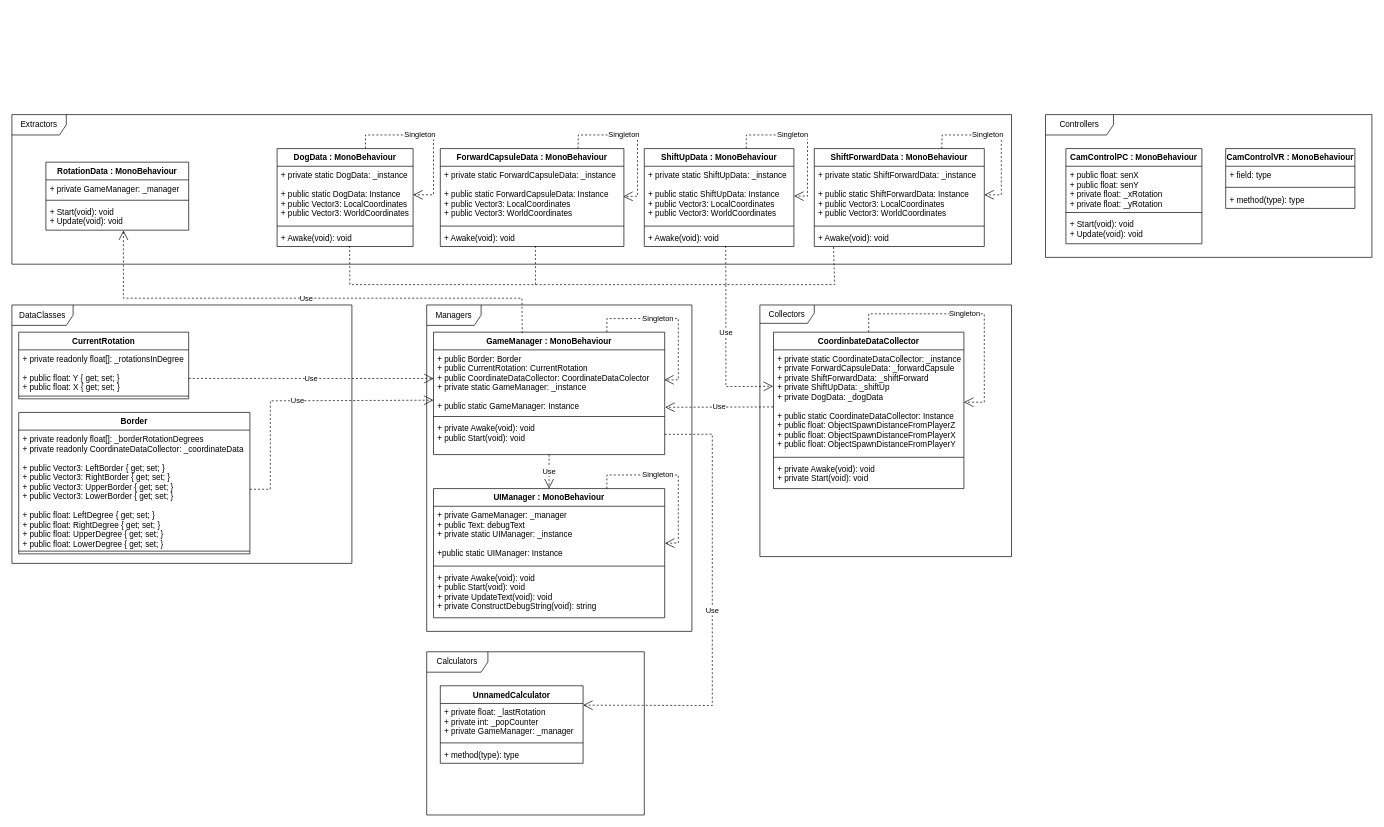
Earlier version of the draw.io diagram Documents/ClassHierarchy.drawio (KihiraLove/Szakdoga). Source tidied: cells renumbered, new cells numbered last; positions are measured from the earlier drawing's top-left corner, leaving out a move shared by most shapes. Both pictures are drawn from the tidied source at 68%, with x=0, y=0 at pixel (12, 114).
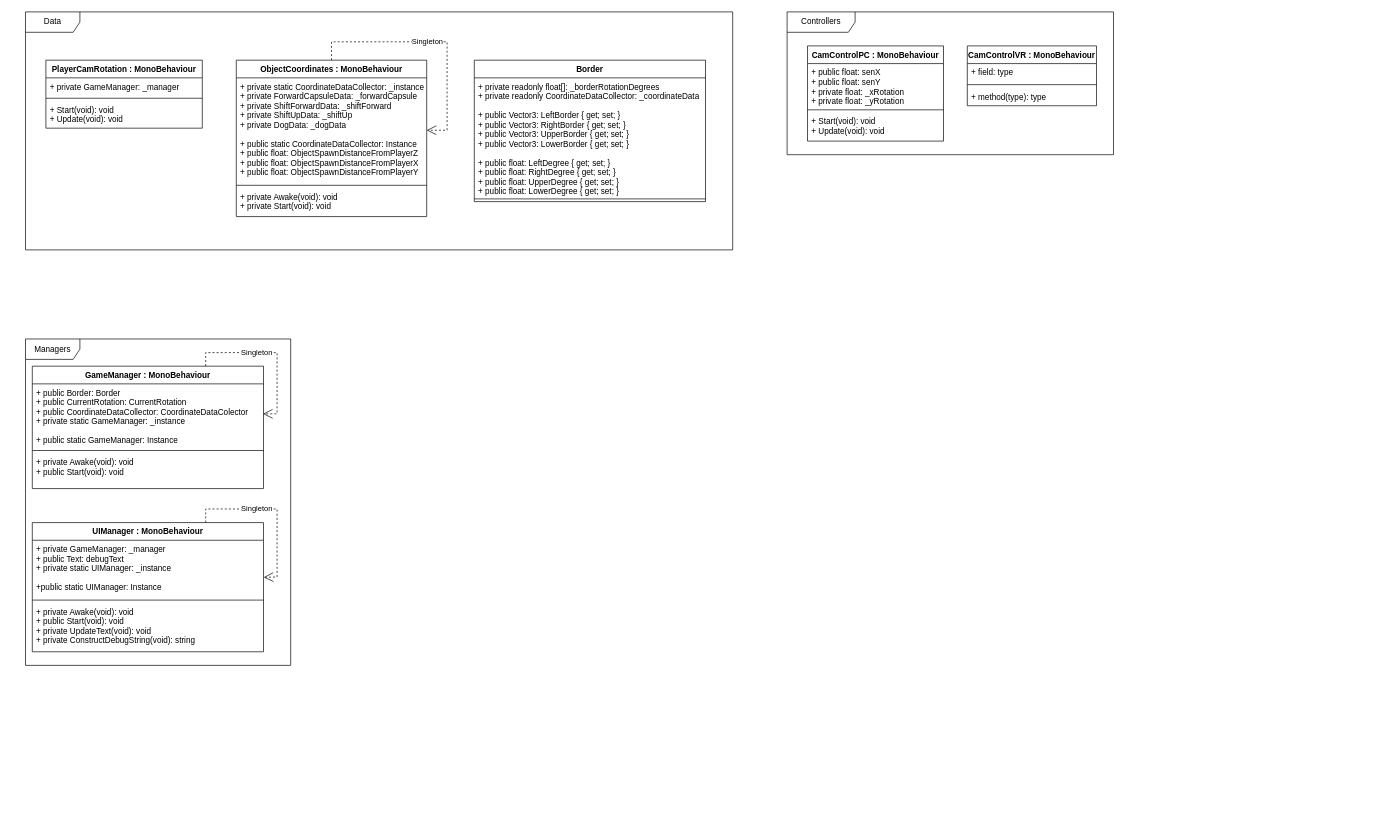
The same diagram, later.

Commit message:
Update ClassHierarchy.drawio for reworked classes

Unchanged cells that the change refers to:
```xml
<mxCell id="4" value="+ public Border: Border&#10;+ public CurrentRotation: CurrentRotation&#10;+ public CoordinateDataCollector: CoordinateDataColector&#10;+ private static GameManager: _instance&#10;&#10;+ public static GameManager: Instance" style="text;strokeColor=none;fillColor=none;align=left;verticalAlign=top;spacingLeft=4;spacingRight=4;overflow=hidden;points=[[0,0.5],[1,0.5]];portConstraint=eastwest;" parent="3" vertex="1">
  <mxGeometry y="26" width="340" height="94" as="geometry" />
</mxCell>
<mxCell id="7" value="+ private Awake(void): void&#10;+ public Start(void): void" style="text;strokeColor=none;fillColor=none;align=left;verticalAlign=top;spacingLeft=4;spacingRight=4;overflow=hidden;points=[[0,0.5],[1,0.5]];portConstraint=eastwest;" parent="3" vertex="1">
  <mxGeometry y="128" width="340" height="52" as="geometry" />
</mxCell>
<mxCell id="20" value="+ private readonly float[]: _borderRotationDegrees&#10;+ private readonly CoordinateDataCollector: _coordinateData&#10;&#10;+ public Vector3: LeftBorder { get; set; }&#10;+ public Vector3: RightBorder { get; set; }&#10;+ public Vector3: UpperBorder { get; set; }&#10;+ public Vector3: LowerBorder { get; set; }&#10;&#10;+ public float: LeftDegree { get; set; }&#10;+ public float: RightDegree { get; set; }&#10;+ public float: UpperDegree { get; set; }&#10;+ public float: LowerDegree { get; set; }" style="text;strokeColor=none;fillColor=none;align=left;verticalAlign=top;spacingLeft=4;spacingRight=4;overflow=hidden;points=[[0,0.5],[1,0.5]];portConstraint=eastwest;" parent="19" vertex="1">
  <mxGeometry y="26" width="340" height="174" as="geometry" />
</mxCell>
<mxCell id="40" value="+ private static CoordinateDataCollector: _instance&#10;+ private ForwardCapsuleData: _forwardCapsule&#10;+ private ShiftForwardData: _shiftForward&#10;+ private ShiftUpData: _shiftUp&#10;+ private DogData: _dogData&#10;&#10;+ public static CoordinateDataCollector: Instance&#10;+ public float: ObjectSpawnDistanceFromPlayerZ&#10;+ public float: ObjectSpawnDistanceFromPlayerX&#10;+ public float: ObjectSpawnDistanceFromPlayerY" style="text;strokeColor=none;fillColor=none;align=left;verticalAlign=top;spacingLeft=4;spacingRight=4;overflow=hidden;points=[[0,0.5],[1,0.5]];portConstraint=eastwest;" parent="39" vertex="1">
  <mxGeometry y="26" width="280" height="154" as="geometry" />
</mxCell>
```

The edit, as a diff of the source:
```diff
@@
+    <mxCell id="23" value="Controllers" style="shape=umlFrame;whiteSpace=wrap;html=1;width=100;height=30;" parent="1" vertex="1">
+      <mxGeometry x="1140" y="-151" width="480" height="210" as="geometry" />
+    </mxCell>
     <mxCell id="2" value="Managers" style="shape=umlFrame;whiteSpace=wrap;html=1;width=80;height=30;" parent="1" vertex="1">
-      <mxGeometry x="610" y="280" width="390" height="480" as="geometry" />
+      <mxGeometry x="20" y="330" width="390" height="480" as="geometry" />
     </mxCell>
+    <mxCell id="26" value="Data" style="shape=umlFrame;whiteSpace=wrap;html=1;width=80;height=30;" parent="1" vertex="1">
+      <mxGeometry x="20" y="-151" width="1040" height="350" as="geometry" />
+    </mxCell>
     <mxCell id="3" value="GameManager : MonoBehaviour" style="swimlane;fontStyle=1;align=center;verticalAlign=top;horizontal=1;startSize=26;" parent="1" vertex="1">
-      <mxGeometry x="620" y="320" width="340" height="180" as="geometry" />
+      <mxGeometry x="30" y="370" width="340" height="180" as="geometry" />
     </mxCell>
@@
     <mxCell id="8" value="UIManager : MonoBehaviour" style="swimlane;fontStyle=1;align=center;verticalAlign=top;horizontal=1;startSize=26;" parent="1" vertex="1">
-      <mxGeometry x="620" y="550" width="340" height="190" as="geometry" />
+      <mxGeometry x="30" y="600" width="340" height="190" as="geometry" />
     </mxCell>
@@
-    <mxCell id="13" value="Use" style="endArrow=open;endSize=12;dashed=1;html=1;rounded=0;entryX=0.5;entryY=0;entryDx=0;entryDy=0;" parent="1" edge="1" source="7" target="8">
-      <mxGeometry relative="1" as="geometry" />
-    </mxCell>
-    <mxCell id="14" value="DataClasses" style="shape=umlFrame;whiteSpace=wrap;html=1;width=90;height=30;" parent="1" vertex="1">
-      <mxGeometry y="280" width="500" height="380" as="geometry" />
-    </mxCell>
-    <mxCell id="15" value="CurrentRotation" style="swimlane;fontStyle=1;align=center;verticalAlign=top;horizontal=1;startSize=26;" parent="1" vertex="1">
-      <mxGeometry x="10" y="320" width="250" height="98" as="geometry" />
-    </mxCell>
-    <mxCell id="16" value="+ private readonly float[]: _rotationsInDegree&#10;&#10;+ public float: Y { get; set; }&#10;+ public float: X { get; set; }" style="text;strokeColor=none;fillColor=none;align=left;verticalAlign=top;spacingLeft=4;spacingRight=4;overflow=hidden;" parent="15" vertex="1">
-      <mxGeometry y="26" width="250" height="64" as="geometry" />
-    </mxCell>
-    <mxCell id="17" style="line;strokeWidth=1;fillColor=none;align=left;verticalAlign=middle;spacingTop=-1;spacingLeft=3;spacingRight=3;labelPosition=right;strokeColor=inherit;" parent="15" vertex="1">
-      <mxGeometry y="90" width="250" height="8" as="geometry" />
-    </mxCell>
-    <mxCell id="18" value="Use" style="endArrow=open;endSize=12;dashed=1;html=1;rounded=0;entryX=0.001;entryY=0.449;entryDx=0;entryDy=0;entryPerimeter=0;" parent="1" edge="1" target="4">
-      <mxGeometry relative="1" as="geometry">
-        <mxPoint x="260" y="388" as="sourcePoint" />
-        <Array as="points">
-          <mxPoint x="380" y="388" />
-        </Array>
-      </mxGeometry>
-    </mxCell>
     <mxCell id="19" value="Border" style="swimlane;fontStyle=1;align=center;verticalAlign=top;horizontal=1;startSize=26;" parent="1" vertex="1">
-      <mxGeometry x="10" y="438" width="340" height="208" as="geometry" />
+      <mxGeometry x="680" y="-80" width="340" height="208" as="geometry" />
     </mxCell>
@@
-    <mxCell id="22" value="Use" style="endArrow=open;endSize=12;dashed=1;html=1;rounded=0;exitX=1;exitY=0.5;exitDx=0;exitDy=0;" parent="1" edge="1" source="20">
-      <mxGeometry relative="1" as="geometry">
-        <mxPoint x="620" y="420" as="targetPoint" />
-        <Array as="points">
-          <mxPoint x="380" y="551" />
-          <mxPoint x="380" y="421" />
-        </Array>
-      </mxGeometry>
-    </mxCell>
-    <mxCell id="23" value="Controllers" style="shape=umlFrame;whiteSpace=wrap;html=1;width=100;height=30;" parent="1" vertex="1">
-      <mxGeometry x="1520" width="480" height="210" as="geometry" />
-    </mxCell>
-    <mxCell id="24" value="Calculators" style="shape=umlFrame;whiteSpace=wrap;html=1;width=90;height=30;" parent="1" vertex="1">
-      <mxGeometry x="610" y="790" width="320" height="240" as="geometry" />
-    </mxCell>
-    <mxCell id="25" value="Collectors" style="shape=umlFrame;whiteSpace=wrap;html=1;width=80;height=27;" parent="1" vertex="1">
-      <mxGeometry x="1100" y="280" width="370" height="370" as="geometry" />
-    </mxCell>
-    <mxCell id="26" value="Extractors" style="shape=umlFrame;whiteSpace=wrap;html=1;width=80;height=30;" parent="1" vertex="1">
-      <mxGeometry width="1470" height="220" as="geometry" />
-    </mxCell>
     <mxCell id="27" value="CamControlPC : MonoBehaviour" style="swimlane;fontStyle=1;align=center;verticalAlign=top;horizontal=1;startSize=26;" parent="1" vertex="1">
-      <mxGeometry x="1550" y="50" width="200" height="140" as="geometry" />
+      <mxGeometry x="1170" y="-101" width="200" height="140" as="geometry" />
     </mxCell>
@@
     <mxCell id="31" value="CamControlVR : MonoBehaviour" style="swimlane;fontStyle=1;align=center;verticalAlign=top;horizontal=1;startSize=26;" parent="1" vertex="1">
-      <mxGeometry x="1785" y="50" width="190" height="88" as="geometry" />
+      <mxGeometry x="1405" y="-101" width="190" height="88" as="geometry" />
     </mxCell>
@@
-    <mxCell id="35" value="UnnamedCalculator" style="swimlane;fontStyle=1;align=center;verticalAlign=top;horizontal=1;startSize=26;" parent="1" vertex="1">
-      <mxGeometry x="630" y="840" width="210" height="114" as="geometry" />
-    </mxCell>
-    <mxCell id="36" value="+ private float: _lastRotation&#10;+ private int: _popCounter&#10;+ private GameManager: _manager" style="text;strokeColor=none;fillColor=none;align=left;verticalAlign=top;spacingLeft=4;spacingRight=4;overflow=hidden;" parent="35" vertex="1">
-      <mxGeometry y="26" width="210" height="54" as="geometry" />
-    </mxCell>
-    <mxCell id="37" style="line;strokeWidth=1;fillColor=none;align=left;verticalAlign=middle;spacingTop=-1;spacingLeft=3;spacingRight=3;labelPosition=right;strokeColor=inherit;" parent="35" vertex="1">
-      <mxGeometry y="80" width="210" height="8" as="geometry" />
-    </mxCell>
-    <mxCell id="38" value="+ method(type): type" style="text;strokeColor=none;fillColor=none;align=left;verticalAlign=top;spacingLeft=4;spacingRight=4;overflow=hidden;" parent="35" vertex="1">
-      <mxGeometry y="88" width="210" height="26" as="geometry" />
-    </mxCell>
-    <mxCell id="39" value="CoordinbateDataCollector" style="swimlane;fontStyle=1;align=center;verticalAlign=top;horizontal=1;startSize=26;" parent="1" vertex="1">
-      <mxGeometry x="1120" y="320" width="280" height="230" as="geometry" />
+    <mxCell id="39" value="ObjectCoordinates : MonoBehaviour" style="swimlane;fontStyle=1;align=center;verticalAlign=top;horizontal=1;startSize=26;" parent="1" vertex="1">
+      <mxGeometry x="330" y="-80" width="280" height="230" as="geometry" />
     </mxCell>
@@
-    <mxCell id="44" value="DogData : MonoBehaviour" style="swimlane;fontStyle=1;align=center;verticalAlign=top;horizontal=1;startSize=26;" parent="1" vertex="1">
-      <mxGeometry x="390" y="50" width="200" height="144" as="geometry" />
-    </mxCell>
-    <mxCell id="45" value="Singleton" style="endArrow=open;endSize=12;dashed=1;html=1;rounded=0;entryX=1;entryY=0.5;entryDx=0;entryDy=0;" parent="44" edge="1" target="46">
-      <mxGeometry x="-0.16" relative="1" as="geometry">
-        <mxPoint x="130" as="sourcePoint" />
-        <Array as="points">
-          <mxPoint x="130" y="-20" />
-          <mxPoint x="230" y="-20" />
-          <mxPoint x="230" y="68" />
-        </Array>
-      </mxGeometry>
-    </mxCell>
-    <mxCell id="46" value="+ private static DogData: _instance&#10;&#10;+ public static DogData: Instance&#10;+ public Vector3: LocalCoordinates&#10;+ public Vector3: WorldCoordinates&#10;" style="text;strokeColor=none;fillColor=none;align=left;verticalAlign=top;spacingLeft=4;spacingRight=4;overflow=hidden;points=[[0,0.5],[1,0.5]];portConstraint=eastwest;" parent="44" vertex="1">
-      <mxGeometry y="26" width="200" height="84" as="geometry" />
-    </mxCell>
-    <mxCell id="47" style="line;strokeWidth=1;fillColor=none;align=left;verticalAlign=middle;spacingTop=-1;spacingLeft=3;spacingRight=3;labelPosition=right;strokeColor=inherit;" parent="44" vertex="1">
-      <mxGeometry y="110" width="200" height="8" as="geometry" />
-    </mxCell>
-    <mxCell id="48" value="+ Awake(void): void" style="text;strokeColor=none;fillColor=none;align=left;verticalAlign=top;spacingLeft=4;spacingRight=4;overflow=hidden;points=[[0,0.5],[1,0.5]];portConstraint=eastwest;" parent="44" vertex="1">
-      <mxGeometry y="118" width="200" height="26" as="geometry" />
-    </mxCell>
-    <mxCell id="49" value="RotationData : MonoBehaviour" style="swimlane;fontStyle=1;align=center;verticalAlign=top;horizontal=1;startSize=26;" parent="1" vertex="1">
-      <mxGeometry x="50" y="70" width="210" height="100" as="geometry" />
+    <mxCell id="49" value="PlayerCamRotation : MonoBehaviour" style="swimlane;fontStyle=1;align=center;verticalAlign=top;horizontal=1;startSize=26;" parent="1" vertex="1">
+      <mxGeometry x="50" y="-80" width="230" height="100" as="geometry" />
     </mxCell>
     <mxCell id="50" value="+ private GameManager: _manager" style="text;strokeColor=none;fillColor=none;align=left;verticalAlign=top;spacingLeft=4;spacingRight=4;overflow=hidden;" parent="49" vertex="1">
-      <mxGeometry y="26" width="210" height="26" as="geometry" />
+      <mxGeometry y="26" width="230" height="26" as="geometry" />
     </mxCell>
     <mxCell id="51" style="line;strokeWidth=1;fillColor=none;align=left;verticalAlign=middle;spacingTop=-1;spacingLeft=3;spacingRight=3;labelPosition=right;strokeColor=inherit;" parent="49" vertex="1">
-      <mxGeometry y="52" width="210" height="8" as="geometry" />
+      <mxGeometry y="52" width="230" height="8" as="geometry" />
     </mxCell>
     <mxCell id="52" value="+ Start(void): void&#10;+ Update(void): void" style="text;strokeColor=none;fillColor=none;align=left;verticalAlign=top;spacingLeft=4;spacingRight=4;overflow=hidden;points=[[0,0.5],[1,0.5]];portConstraint=eastwest;" parent="49" vertex="1">
-      <mxGeometry y="60" width="210" height="40" as="geometry" />
+      <mxGeometry y="60" width="230" height="40" as="geometry" />
     </mxCell>
-    <mxCell id="53" value="ShiftForwardData : MonoBehaviour" style="swimlane;fontStyle=1;align=center;verticalAlign=top;horizontal=1;startSize=26;" parent="1" vertex="1">
-      <mxGeometry x="1180" y="50" width="250" height="144" as="geometry" />
-    </mxCell>
-    <mxCell id="54" value="+ private static ShiftForwardData: _instance&#10;&#10;+ public static ShiftForwardData: Instance&#10;+ public Vector3: LocalCoordinates&#10;+ public Vector3: WorldCoordinates&#10;" style="text;strokeColor=none;fillColor=none;align=left;verticalAlign=top;spacingLeft=4;spacingRight=4;overflow=hidden;points=[[0,0.5],[1,0.5]];portConstraint=eastwest;" parent="53" vertex="1">
-      <mxGeometry y="26" width="250" height="84" as="geometry" />
-    </mxCell>
-    <mxCell id="55" style="line;strokeWidth=1;fillColor=none;align=left;verticalAlign=middle;spacingTop=-1;spacingLeft=3;spacingRight=3;labelPosition=right;strokeColor=inherit;" parent="53" vertex="1">
-      <mxGeometry y="110" width="250" height="8" as="geometry" />
-    </mxCell>
-    <mxCell id="56" value="+ Awake(void): void" style="text;strokeColor=none;fillColor=none;align=left;verticalAlign=top;spacingLeft=4;spacingRight=4;overflow=hidden;points=[[0,0.5],[1,0.5]];portConstraint=eastwest;" parent="53" vertex="1">
-      <mxGeometry y="118" width="250" height="26" as="geometry" />
-    </mxCell>
-    <mxCell id="57" value="Singleton" style="endArrow=open;endSize=12;dashed=1;html=1;rounded=0;exitX=0.75;exitY=0;exitDx=0;exitDy=0;entryX=1;entryY=0.5;entryDx=0;entryDy=0;" parent="53" edge="1" source="53" target="54">
-      <mxGeometry x="-0.21" relative="1" as="geometry">
-        <Array as="points">
-          <mxPoint x="188" y="-20" />
-          <mxPoint x="275" y="-20" />
-          <mxPoint x="275" y="68" />
-        </Array>
-      </mxGeometry>
-    </mxCell>
-    <mxCell id="58" value="ForwardCapsuleData : MonoBehaviour" style="swimlane;fontStyle=1;align=center;verticalAlign=top;horizontal=1;startSize=26;" parent="1" vertex="1">
-      <mxGeometry x="630" y="50" width="270" height="144" as="geometry" />
-    </mxCell>
-    <mxCell id="59" value="+ private static ForwardCapsuleData: _instance&#10;&#10;+ public static ForwardCapsuleData: Instance&#10;+ public Vector3: LocalCoordinates&#10;+ public Vector3: WorldCoordinates&#10;" style="text;strokeColor=none;fillColor=none;align=left;verticalAlign=top;spacingLeft=4;spacingRight=4;overflow=hidden;points=[[0,0.5],[1,0.5]];portConstraint=eastwest;" parent="58" vertex="1">
-      <mxGeometry y="26" width="270" height="84" as="geometry" />
-    </mxCell>
-    <mxCell id="60" style="line;strokeWidth=1;fillColor=none;align=left;verticalAlign=middle;spacingTop=-1;spacingLeft=3;spacingRight=3;labelPosition=right;strokeColor=inherit;" parent="58" vertex="1">
-      <mxGeometry y="110" width="270" height="8" as="geometry" />
-    </mxCell>
-    <mxCell id="61" value="+ Awake(void): void" style="text;strokeColor=none;fillColor=none;align=left;verticalAlign=top;spacingLeft=4;spacingRight=4;overflow=hidden;points=[[0,0.5],[1,0.5]];portConstraint=eastwest;" parent="58" vertex="1">
-      <mxGeometry y="118" width="270" height="26" as="geometry" />
-    </mxCell>
-    <mxCell id="62" value="Singleton" style="endArrow=open;endSize=12;dashed=1;html=1;rounded=0;entryX=0.996;entryY=0.531;entryDx=0;entryDy=0;exitX=0.75;exitY=0;exitDx=0;exitDy=0;entryPerimeter=0;" parent="58" edge="1" source="58" target="59">
-      <mxGeometry x="-0.2" relative="1" as="geometry">
-        <Array as="points">
-          <mxPoint x="203" y="-20" />
-          <mxPoint x="290" y="-20" />
-          <mxPoint x="290" y="70" />
-        </Array>
-      </mxGeometry>
-    </mxCell>
-    <mxCell id="63" value="ShiftUpData : MonoBehaviour" style="swimlane;fontStyle=1;align=center;verticalAlign=top;horizontal=1;startSize=26;" parent="1" vertex="1">
-      <mxGeometry x="930" y="50" width="220" height="144" as="geometry" />
-    </mxCell>
-    <mxCell id="64" value="+ private static ShiftUpData: _instance&#10;&#10;+ public static ShiftUpData: Instance&#10;+ public Vector3: LocalCoordinates&#10;+ public Vector3: WorldCoordinates&#10;" style="text;strokeColor=none;fillColor=none;align=left;verticalAlign=top;spacingLeft=4;spacingRight=4;overflow=hidden;points=[[0,0.5],[1,0.5]];portConstraint=eastwest;" parent="63" vertex="1">
-      <mxGeometry y="26" width="220" height="84" as="geometry" />
-    </mxCell>
-    <mxCell id="65" style="line;strokeWidth=1;fillColor=none;align=left;verticalAlign=middle;spacingTop=-1;spacingLeft=3;spacingRight=3;labelPosition=right;strokeColor=inherit;" parent="63" vertex="1">
-      <mxGeometry y="110" width="220" height="8" as="geometry" />
-    </mxCell>
-    <mxCell id="66" value="+ Awake(void): void" style="text;strokeColor=none;fillColor=none;align=left;verticalAlign=top;spacingLeft=4;spacingRight=4;overflow=hidden;points=[[0,0.5],[1,0.5]];portConstraint=eastwest;" parent="63" vertex="1">
-      <mxGeometry y="118" width="220" height="26" as="geometry" />
-    </mxCell>
-    <mxCell id="67" value="Singleton" style="endArrow=open;endSize=12;dashed=1;html=1;rounded=0;exitX=0.681;exitY=-0.001;exitDx=0;exitDy=0;entryX=1.001;entryY=0.521;entryDx=0;entryDy=0;exitPerimeter=0;entryPerimeter=0;" parent="63" edge="1" source="63" target="64">
-      <mxGeometry x="-0.2" relative="1" as="geometry">
-        <Array as="points">
-          <mxPoint x="150" y="-20" />
-          <mxPoint x="240" y="-20" />
-          <mxPoint x="240" y="70" />
-        </Array>
-      </mxGeometry>
-    </mxCell>
-    <mxCell id="68" value="Use" style="endArrow=open;endSize=12;dashed=1;html=1;rounded=0;entryX=1.002;entryY=0.898;entryDx=0;entryDy=0;entryPerimeter=0;exitX=-0.002;exitY=0.545;exitDx=0;exitDy=0;exitPerimeter=0;" parent="1" edge="1" source="40" target="4">
-      <mxGeometry relative="1" as="geometry" />
-    </mxCell>
-    <mxCell id="69" value="Use" style="endArrow=open;endSize=12;dashed=1;html=1;rounded=0;exitX=0.113;exitY=1.026;exitDx=0;exitDy=0;exitPerimeter=0;entryX=-0.002;entryY=0.348;entryDx=0;entryDy=0;entryPerimeter=0;" parent="1" edge="1" source="56" target="40">
-      <mxGeometry x="0.31" relative="1" as="geometry">
-        <Array as="points">
-          <mxPoint x="1210" y="250" />
-          <mxPoint x="1050" y="250" />
-          <mxPoint x="1050" y="400" />
-        </Array>
-      </mxGeometry>
-    </mxCell>
-    <mxCell id="70" style="endArrow=none;dashed=1;html=1;rounded=0;entryX=0.544;entryY=0.974;entryDx=0;entryDy=0;entryPerimeter=0;" parent="1" edge="1" target="66">
-      <mxGeometry relative="1" as="geometry">
-        <mxPoint x="1050" y="250" as="sourcePoint" />
-      </mxGeometry>
-    </mxCell>
-    <mxCell id="71" style="endArrow=none;dashed=1;html=1;rounded=0;" parent="1" edge="1">
-      <mxGeometry relative="1" as="geometry">
-        <mxPoint x="500" y="250" as="sourcePoint" />
-        <mxPoint x="1050" y="250" as="targetPoint" />
-      </mxGeometry>
-    </mxCell>
-    <mxCell id="72" style="endArrow=none;dashed=1;html=1;rounded=0;entryX=0.533;entryY=0.967;entryDx=0;entryDy=0;entryPerimeter=0;" parent="1" edge="1" target="48">
-      <mxGeometry relative="1" as="geometry">
-        <mxPoint x="497" y="250" as="sourcePoint" />
-      </mxGeometry>
-    </mxCell>
-    <mxCell id="73" style="endArrow=none;dashed=1;html=1;rounded=0;entryX=0.518;entryY=0.969;entryDx=0;entryDy=0;entryPerimeter=0;" parent="1" edge="1" target="61">
-      <mxGeometry relative="1" as="geometry">
-        <mxPoint x="770" y="250" as="sourcePoint" />
-      </mxGeometry>
-    </mxCell>
-    <mxCell id="74" value="Use" style="endArrow=open;endSize=12;dashed=1;html=1;rounded=0;exitX=0.384;exitY=0.009;exitDx=0;exitDy=0;exitPerimeter=0;entryX=0.543;entryY=1.008;entryDx=0;entryDy=0;entryPerimeter=0;" parent="1" edge="1" source="3" target="52">
-      <mxGeometry relative="1" as="geometry">
-        <Array as="points">
-          <mxPoint x="750" y="270" />
-          <mxPoint x="550" y="270" />
-          <mxPoint x="164" y="270" />
-        </Array>
-      </mxGeometry>
-    </mxCell>
-    <mxCell id="75" value="Use" style="endArrow=open;endSize=12;dashed=1;html=1;rounded=0;exitX=1;exitY=0.429;exitDx=0;exitDy=0;entryX=1;entryY=0.25;entryDx=0;entryDy=0;exitPerimeter=0;" parent="1" edge="1" source="7" target="35">
-      <mxGeometry relative="1" as="geometry">
-        <Array as="points">
-          <mxPoint x="1030" y="470" />
-          <mxPoint x="1030" y="869" />
-        </Array>
-      </mxGeometry>
-    </mxCell>
```
